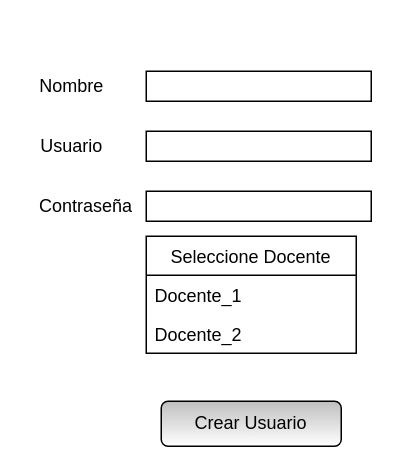
Above: page "Registro Alumno" (2 of 8) of Formularios.drawio in fdearmas96/ObligatorioP1 (draw.io), before the change. Source tidied: cells renumbered, new cells numbered last; positions are measured from the earlier drawing's top-left corner, leaving out a move shared by most shapes. Both pictures are drawn from the tidied source at 150%, with x=0, y=0 at pixel (26, 70).
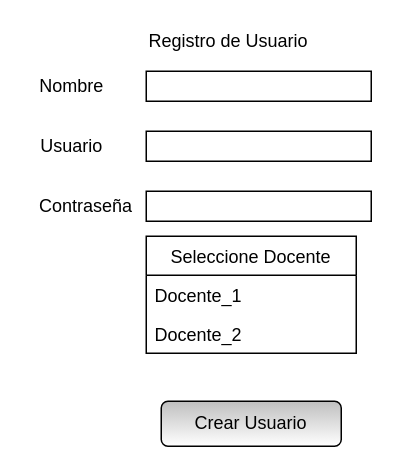
The same diagram, later.

Change to the diagram source:
```diff
@@
 <mxGraphModel>
   <root>
     <mxCell id="0" />
     <mxCell id="1" parent="0" />
     <mxCell id="2" style="verticalLabelPosition=bottom;verticalAlign=top;html=1;shape=mxgraph.basic.rect;fillColor2=none;strokeWidth=1;size=20;indent=5;" parent="1" vertex="1">
       <mxGeometry x="80" width="150" height="20" as="geometry" />
     </mxCell>
     <mxCell id="3" value="Nombre" style="text;html=1;align=center;verticalAlign=middle;strokeColor=none;" parent="1" vertex="1">
       <mxGeometry width="60" height="20" as="geometry" />
     </mxCell>
     <mxCell id="4" style="verticalLabelPosition=bottom;verticalAlign=top;html=1;shape=mxgraph.basic.rect;fillColor2=none;strokeWidth=1;size=20;indent=5;" parent="1" vertex="1">
       <mxGeometry x="80" y="40" width="150" height="20" as="geometry" />
     </mxCell>
     <mxCell id="5" value="Usuario" style="text;html=1;align=center;verticalAlign=middle;strokeColor=none;" parent="1" vertex="1">
       <mxGeometry y="40" width="60" height="20" as="geometry" />
     </mxCell>
     <mxCell id="6" style="verticalLabelPosition=bottom;verticalAlign=top;html=1;shape=mxgraph.basic.rect;fillColor2=none;strokeWidth=1;size=20;indent=5;" parent="1" vertex="1">
       <mxGeometry x="80" y="80" width="150" height="20" as="geometry" />
     </mxCell>
     <mxCell id="7" value="Contraseña" style="text;html=1;strokeColor=none;fillColor=none;align=center;verticalAlign=middle;whiteSpace=wrap;rounded=0;" parent="1" vertex="1">
       <mxGeometry x="20" y="80" width="40" height="20" as="geometry" />
     </mxCell>
     <mxCell id="8" value="Crear Usuario" style="rounded=1;whiteSpace=wrap;html=1;gradientColor=#ffffff;fillColor=#BFBFBF;" parent="1" vertex="1">
       <mxGeometry x="90" y="220" width="120" height="30" as="geometry" />
     </mxCell>
     <mxCell id="9" value="Seleccione Docente" style="swimlane;fontStyle=0;horizontal=1;startSize=26;" parent="1" vertex="1">
       <mxGeometry x="80" y="110" width="140" height="78" as="geometry" />
     </mxCell>
     <mxCell id="10" value="Docente_1" style="text;strokeColor=none;fillColor=none;align=left;verticalAlign=top;spacingLeft=4;spacingRight=4;overflow=hidden;" parent="9" vertex="1">
       <mxGeometry y="26" width="140" height="26" as="geometry" />
     </mxCell>
     <mxCell id="11" value="Docente_2" style="text;strokeColor=none;fillColor=none;align=left;verticalAlign=top;spacingLeft=4;spacingRight=4;overflow=hidden;" parent="9" vertex="1">
       <mxGeometry y="52" width="140" height="26" as="geometry" />
     </mxCell>
+    <mxCell id="12" value="Registro de Usuario" style="text;html=1;strokeColor=none;fillColor=none;align=center;verticalAlign=middle;whiteSpace=wrap;rounded=0;" parent="1" vertex="1">
+      <mxGeometry x="55" y="-30" width="160" height="20" as="geometry" />
+    </mxCell>
   </root>
 </mxGraphModel>
```
